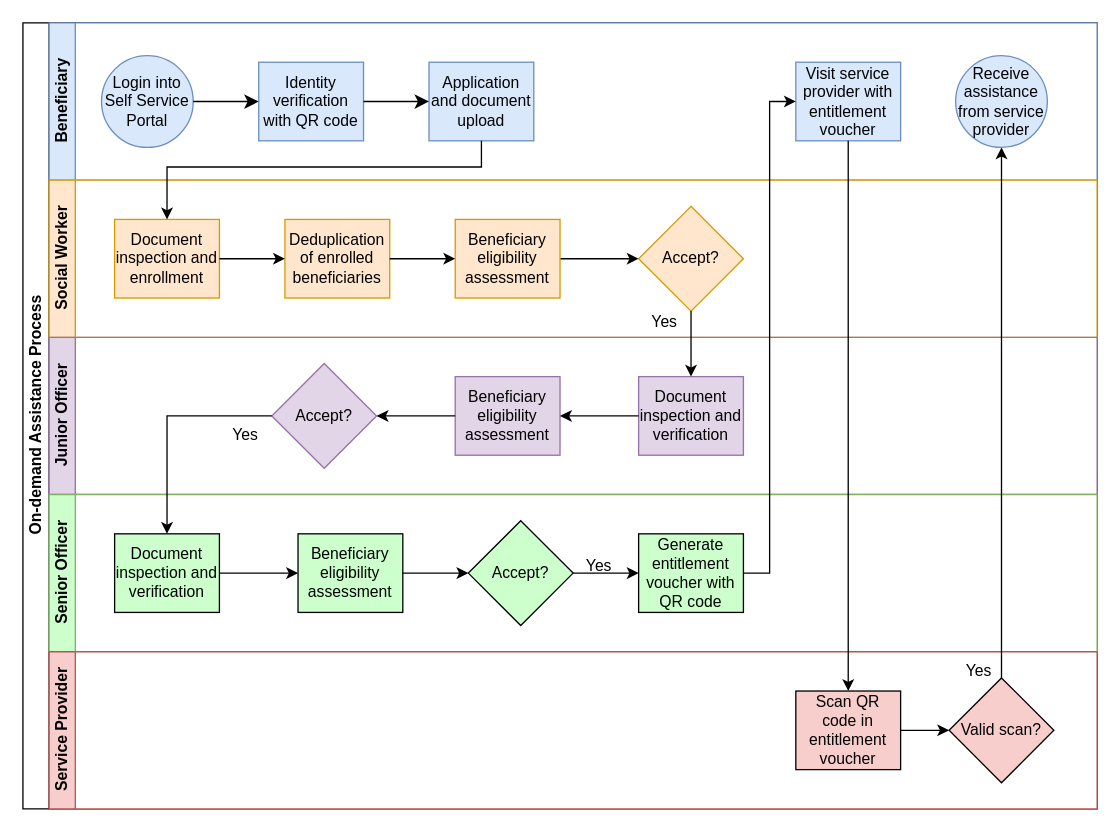
Before: .gitbook/assets/on-demand-assistance.drawio in OpenG2P/openg2p-documentation, a draw.io diagram. Source tidied: cells renumbered, new cells numbered last; positions are measured from the earlier drawing's top-left corner, leaving out a move shared by most shapes. Both pictures are drawn from the tidied source at 131%, with x=0, y=0 at pixel (22, 22).
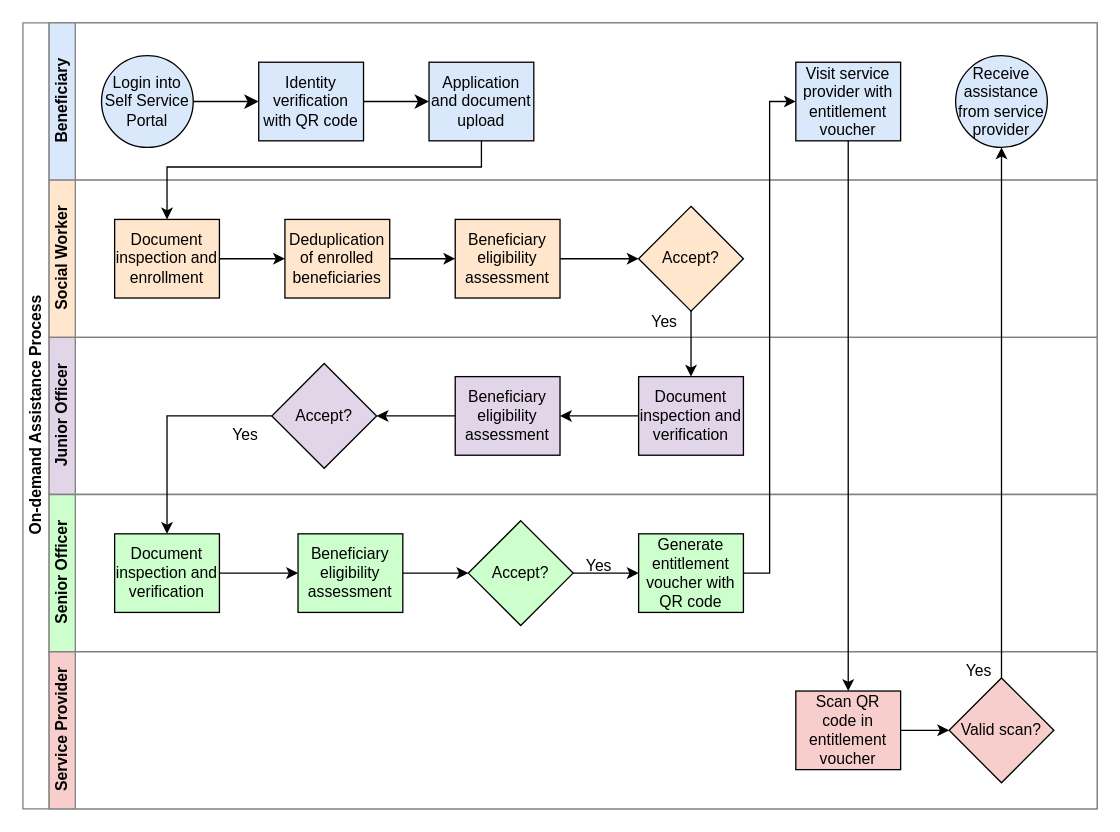
The same page after the edit.

Unchanged cells that the change refers to:
```xml
<mxCell id="2" style="group;" parent="1" vertex="1">
  <mxGeometry width="820" height="600" as="geometry" />
</mxCell>
```

What changed in the source:
```diff
@@
-    <mxCell id="3" value="On-demand Assistance Process" style="swimlane;html=1;horizontal=0;startSize=20;fillColor=#FFFFFF;swimlaneFillColor=default;" parent="2" vertex="1">
+    <mxCell id="3" value="On-demand Assistance Process" style="swimlane;html=1;horizontal=0;startSize=20;fillColor=#FFFFFF;swimlaneFillColor=default;strokeColor=#808080;" parent="2" vertex="1">
       <mxGeometry width="820" height="600" as="geometry" />
     </mxCell>
-    <mxCell id="4" value="Beneficiary" style="swimlane;html=1;startSize=20;horizontal=0;fillColor=#dae8fc;strokeColor=#6c8ebf;labelBackgroundColor=none;swimlaneFillColor=#FFFFFF;" parent="2" vertex="1">
+    <mxCell id="4" value="Beneficiary" style="swimlane;html=1;startSize=20;horizontal=0;fillColor=#dae8fc;strokeColor=#808080;labelBackgroundColor=none;swimlaneFillColor=#FFFFFF;" parent="2" vertex="1">
       <mxGeometry x="20" width="800" height="120" as="geometry" />
     </mxCell>
-    <mxCell id="5" value="Social Worker" style="swimlane;html=1;startSize=20;horizontal=0;fillColor=#ffe6cc;strokeColor=#d79b00;swimlaneFillColor=#FFFFFF;" parent="2" vertex="1">
+    <mxCell id="5" value="Social Worker" style="swimlane;html=1;startSize=20;horizontal=0;fillColor=#ffe6cc;strokeColor=#808080;swimlaneFillColor=#FFFFFF;" parent="2" vertex="1">
       <mxGeometry x="20" y="120" width="800" height="120" as="geometry" />
     </mxCell>
-    <mxCell id="6" value="Junior Officer" style="swimlane;html=1;startSize=20;horizontal=0;fillColor=#e1d5e7;strokeColor=#9673a6;swimlaneFillColor=#FFFFFF;" parent="2" vertex="1">
+    <mxCell id="6" value="Junior Officer" style="swimlane;html=1;startSize=20;horizontal=0;fillColor=#e1d5e7;strokeColor=#808080;swimlaneFillColor=#FFFFFF;" parent="2" vertex="1">
       <mxGeometry x="20" y="240" width="800" height="120" as="geometry" />
     </mxCell>
-    <mxCell id="7" value="Senior Officer" style="swimlane;html=1;startSize=20;horizontal=0;swimlaneFillColor=#FFFFFF;fillColor=#CCFFCC;strokeColor=#82b366;" parent="2" vertex="1">
+    <mxCell id="7" value="Senior Officer" style="swimlane;html=1;startSize=20;horizontal=0;swimlaneFillColor=#FFFFFF;fillColor=#CCFFCC;strokeColor=#808080;" parent="2" vertex="1">
       <mxGeometry x="20" y="360" width="800" height="120" as="geometry" />
     </mxCell>
-    <mxCell id="8" value="Service Provider" style="swimlane;html=1;startSize=20;horizontal=0;fillColor=#F8CECC;swimlaneFillColor=#FFFFFF;strokeColor=#b85450;" parent="2" vertex="1">
+    <mxCell id="8" value="Service Provider" style="swimlane;html=1;startSize=20;horizontal=0;fillColor=#F8CECC;swimlaneFillColor=#FFFFFF;strokeColor=#808080;" parent="2" vertex="1">
       <mxGeometry x="20" y="480" width="800" height="120" as="geometry" />
     </mxCell>
-    <mxCell id="9" value="Login into Self Service Portal" style="ellipse;whiteSpace=wrap;html=1;fillColor=#dae8fc;strokeColor=#6c8ebf;" parent="2" vertex="1">
+    <mxCell id="9" value="Login into Self Service Portal" style="ellipse;whiteSpace=wrap;html=1;fillColor=#dae8fc;strokeColor=#000000;" parent="2" vertex="1">
       <mxGeometry x="60" y="25" width="70" height="70" as="geometry" />
     </mxCell>
-    <mxCell id="10" value="Identity verification with QR code" style="rounded=0;whiteSpace=wrap;html=1;fontFamily=Helvetica;fontSize=12;align=center;fillColor=#dae8fc;strokeColor=#6c8ebf;" parent="2" vertex="1">
+    <mxCell id="10" value="Identity verification with QR code" style="rounded=0;whiteSpace=wrap;html=1;fontFamily=Helvetica;fontSize=12;align=center;fillColor=#dae8fc;strokeColor=#000000;" parent="2" vertex="1">
       <mxGeometry x="180" y="30" width="80" height="60" as="geometry" />
     </mxCell>
@@
-    <mxCell id="12" value="Application and document upload" style="rounded=0;whiteSpace=wrap;html=1;fontFamily=Helvetica;fontSize=12;align=center;fillColor=#dae8fc;strokeColor=#6c8ebf;" parent="2" vertex="1">
+    <mxCell id="12" value="Application and document upload" style="rounded=0;whiteSpace=wrap;html=1;fontFamily=Helvetica;fontSize=12;align=center;fillColor=#dae8fc;strokeColor=#000000;" parent="2" vertex="1">
       <mxGeometry x="310" y="30" width="80" height="60" as="geometry" />
     </mxCell>
@@
-    <mxCell id="14" value="Receive assistance from service provider" style="ellipse;whiteSpace=wrap;html=1;fillColor=#dae8fc;strokeColor=#6c8ebf;" parent="2" vertex="1">
+    <mxCell id="14" value="Receive assistance from service provider" style="ellipse;whiteSpace=wrap;html=1;fillColor=#dae8fc;strokeColor=#000000;" parent="2" vertex="1">
       <mxGeometry x="712" y="25" width="70" height="70" as="geometry" />
     </mxCell>
-    <mxCell id="15" value="Visit service provider with entitlement voucher" style="rounded=0;whiteSpace=wrap;html=1;fontFamily=Helvetica;fontSize=12;align=center;fillColor=#dae8fc;strokeColor=#6c8ebf;" parent="2" vertex="1">
+    <mxCell id="15" value="Visit service provider with entitlement voucher" style="rounded=0;whiteSpace=wrap;html=1;fontFamily=Helvetica;fontSize=12;align=center;fillColor=#dae8fc;strokeColor=#000000;" parent="2" vertex="1">
       <mxGeometry x="590" y="30" width="80" height="60" as="geometry" />
     </mxCell>
-    <mxCell id="16" value="Document inspection and enrollment" style="rounded=0;whiteSpace=wrap;html=1;fontFamily=Helvetica;fontSize=12;align=center;fillColor=#ffe6cc;strokeColor=#d79b00;" parent="2" vertex="1">
+    <mxCell id="16" value="Document inspection and enrollment" style="rounded=0;whiteSpace=wrap;html=1;fontFamily=Helvetica;fontSize=12;align=center;fillColor=#ffe6cc;strokeColor=#000000;" parent="2" vertex="1">
       <mxGeometry x="70" y="150" width="80" height="60" as="geometry" />
     </mxCell>
@@
-    <mxCell id="18" value="Accept?" style="rhombus;whiteSpace=wrap;html=1;fontFamily=Helvetica;fontSize=12;align=center;fillColor=#ffe6cc;strokeColor=#d79b00;" parent="2" vertex="1">
+    <mxCell id="18" value="Accept?" style="rhombus;whiteSpace=wrap;html=1;fontFamily=Helvetica;fontSize=12;align=center;fillColor=#ffe6cc;strokeColor=#000000;" parent="2" vertex="1">
       <mxGeometry x="470" y="140" width="80" height="80" as="geometry" />
     </mxCell>
-    <mxCell id="19" value="Deduplication of enrolled beneficiaries" style="rounded=0;whiteSpace=wrap;html=1;fontFamily=Helvetica;fontSize=12;align=center;fillColor=#ffe6cc;strokeColor=#d79b00;" parent="2" vertex="1">
+    <mxCell id="19" value="Deduplication of enrolled beneficiaries" style="rounded=0;whiteSpace=wrap;html=1;fontFamily=Helvetica;fontSize=12;align=center;fillColor=#ffe6cc;strokeColor=#000000;" parent="2" vertex="1">
       <mxGeometry x="200" y="150" width="80" height="60" as="geometry" />
     </mxCell>
@@
-    <mxCell id="22" value="Beneficiary eligibility assessment" style="rounded=0;whiteSpace=wrap;html=1;fontFamily=Helvetica;fontSize=12;align=center;fillColor=#ffe6cc;strokeColor=#d79b00;" parent="2" vertex="1">
+    <mxCell id="22" value="Beneficiary eligibility assessment" style="rounded=0;whiteSpace=wrap;html=1;fontFamily=Helvetica;fontSize=12;align=center;fillColor=#ffe6cc;strokeColor=#000000;" parent="2" vertex="1">
       <mxGeometry x="330" y="150" width="80" height="60" as="geometry" />
     </mxCell>
@@
-    <mxCell id="25" value="Document inspection and verification" style="rounded=0;whiteSpace=wrap;html=1;fontFamily=Helvetica;fontSize=12;align=center;fillColor=#e1d5e7;strokeColor=#9673a6;" parent="2" vertex="1">
+    <mxCell id="25" value="Document inspection and verification" style="rounded=0;whiteSpace=wrap;html=1;fontFamily=Helvetica;fontSize=12;align=center;fillColor=#e1d5e7;strokeColor=#000000;" parent="2" vertex="1">
       <mxGeometry x="470" y="270" width="80" height="60" as="geometry" />
     </mxCell>
@@
-    <mxCell id="27" value="Beneficiary eligibility assessment" style="rounded=0;whiteSpace=wrap;html=1;fontFamily=Helvetica;fontSize=12;align=center;fillColor=#e1d5e7;strokeColor=#9673a6;" parent="2" vertex="1">
+    <mxCell id="27" value="Beneficiary eligibility assessment" style="rounded=0;whiteSpace=wrap;html=1;fontFamily=Helvetica;fontSize=12;align=center;fillColor=#e1d5e7;strokeColor=#000000;" parent="2" vertex="1">
       <mxGeometry x="330" y="270" width="80" height="60" as="geometry" />
     </mxCell>
@@
-    <mxCell id="29" value="Accept?" style="rhombus;whiteSpace=wrap;html=1;fontFamily=Helvetica;fontSize=12;align=center;fillColor=#e1d5e7;strokeColor=#9673a6;" parent="2" vertex="1">
+    <mxCell id="29" value="Accept?" style="rhombus;whiteSpace=wrap;html=1;fontFamily=Helvetica;fontSize=12;align=center;fillColor=#e1d5e7;strokeColor=#000000;" parent="2" vertex="1">
       <mxGeometry x="190" y="260" width="80" height="80" as="geometry" />
     </mxCell>
```
